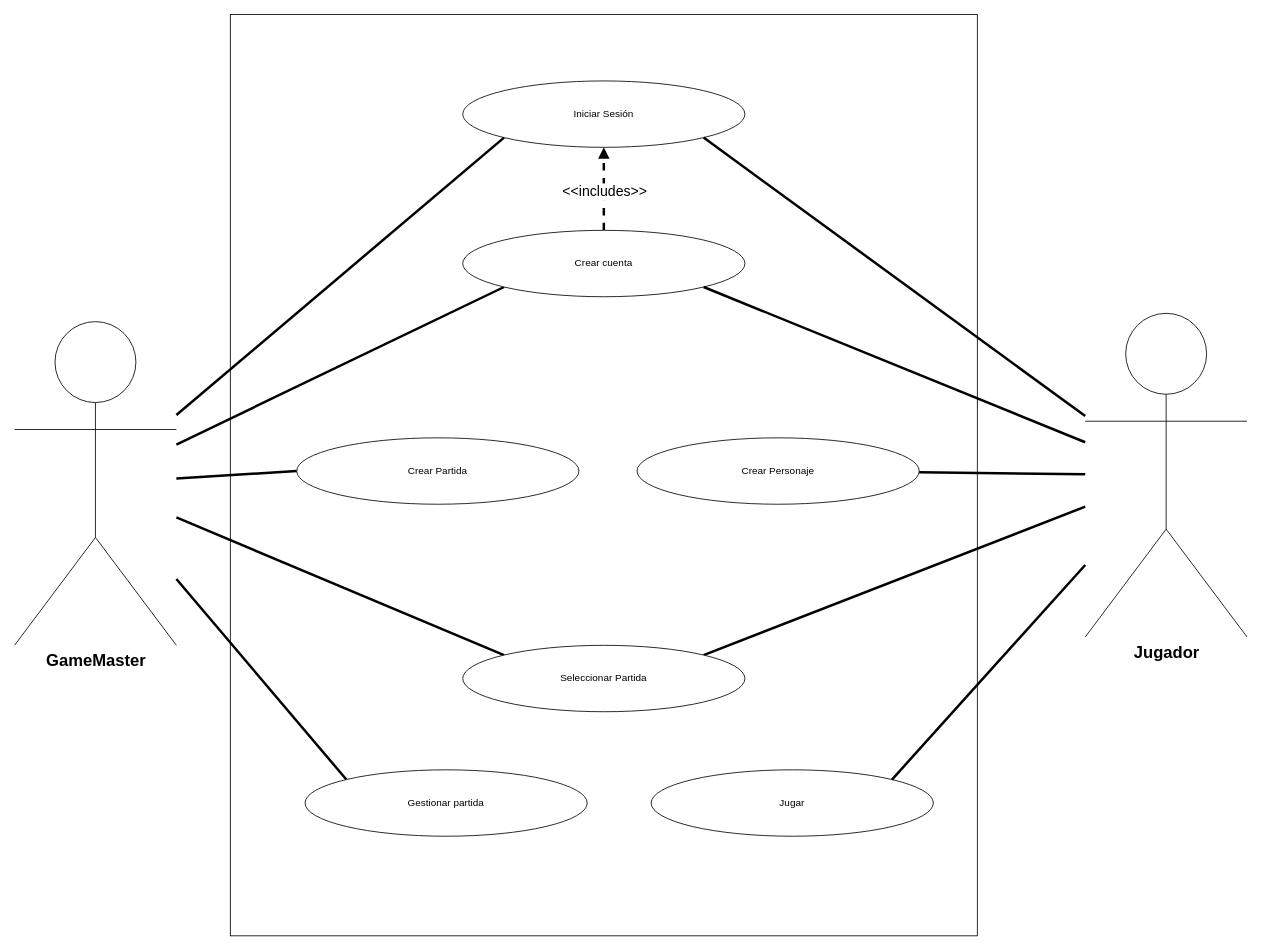
Above: diagrams/diagramaCasosUso.drawio in gonzalopozo/proyecto-integrador-1-daw-gonzalo-manuel-daniel-hector (draw.io), before the change. Source tidied: cells renumbered, new cells numbered last; positions are measured from the earlier drawing's top-left corner, leaving out a move shared by most shapes. Both pictures are drawn from the tidied source at 83%, with x=0, y=0 at pixel (14, 14).
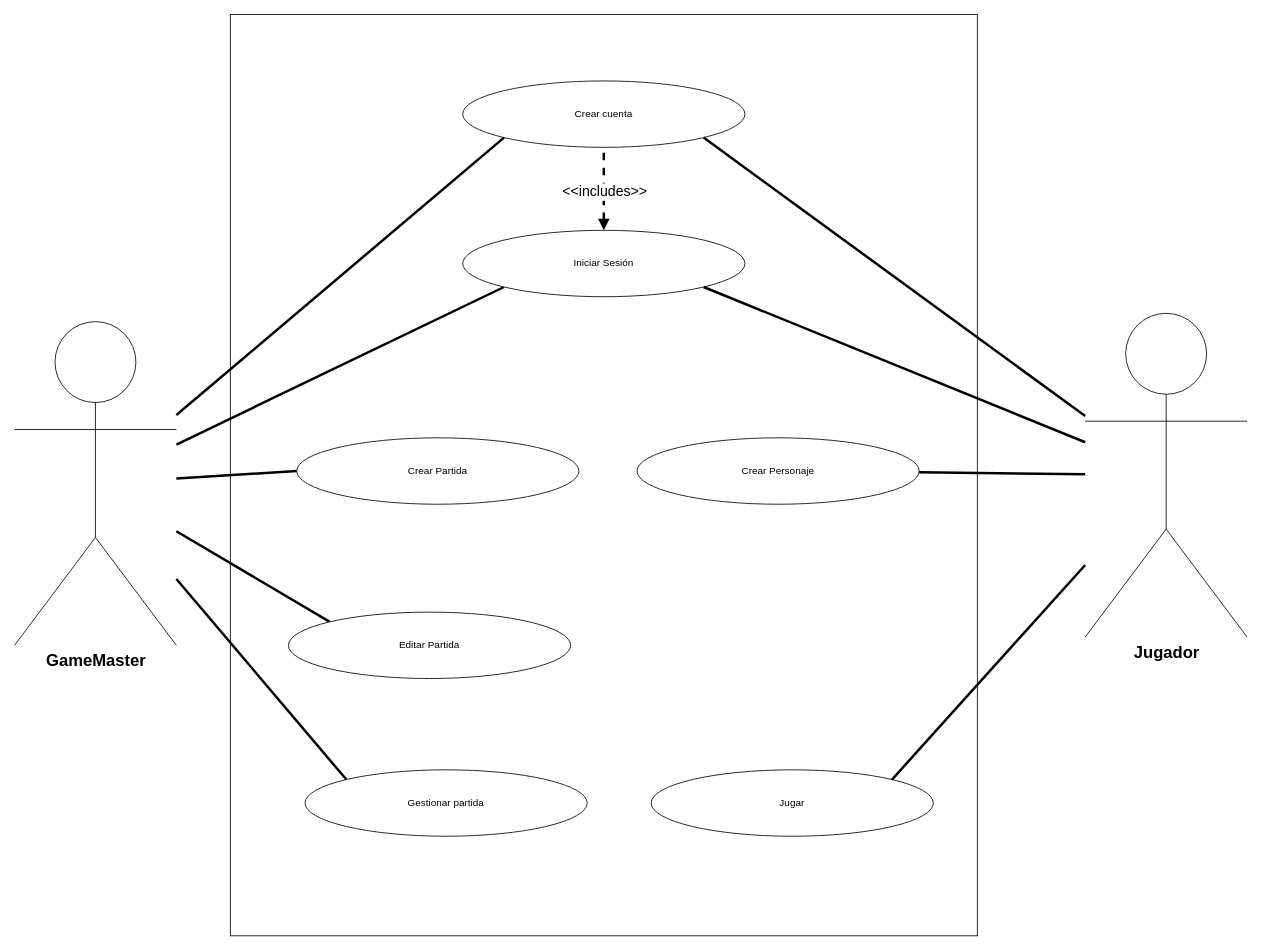
The same page after the edit.

Commit message (it also covers changes not shown here):
Versión 2.0 Memoria del Proyecto, Versión 1.0 Diagrama de Casos de Uso

Unchanged cells that the change refers to:
```xml
<mxCell id="22" value="&lt;font style=&quot;font-size: 20px;&quot;&gt;&lt;b&gt;Jugador&lt;/b&gt;&lt;/font&gt;" style="shape=umlActor;verticalLabelPosition=bottom;verticalAlign=top;html=1;outlineConnect=0;" parent="1" vertex="1">
  <mxGeometry x="1290" y="360" width="195" height="390" as="geometry" />
</mxCell>
```

Change to the diagram source:
```diff
@@
-    <mxCell id="5" value="Iniciar Sesión" style="ellipse;whiteSpace=wrap;html=1;" parent="1" vertex="1">
+    <mxCell id="5" value="Crear cuenta" style="ellipse;whiteSpace=wrap;html=1;" parent="1" vertex="1">
       <mxGeometry x="540" y="80" width="340" height="80" as="geometry" />
     </mxCell>
@@
-    <mxCell id="7" style="edgeStyle=none;shape=connector;rounded=1;html=1;entryX=0.5;entryY=1;entryDx=0;entryDy=0;labelBackgroundColor=default;strokeColor=default;strokeWidth=3;fontFamily=Helvetica;fontSize=11;fontColor=default;endArrow=block;endFill=1;dashed=1;startArrow=none;startFill=0;" parent="1" edge="1" source="9" target="5">
+    <mxCell id="7" style="edgeStyle=none;shape=connector;rounded=1;html=1;entryX=0.5;entryY=1;entryDx=0;entryDy=0;labelBackgroundColor=default;strokeColor=default;strokeWidth=3;fontFamily=Helvetica;fontSize=11;fontColor=default;endArrow=none;endFill=0;dashed=1;startArrow=block;startFill=1;" parent="1" edge="1" source="9" target="5">
       <mxGeometry relative="1" as="geometry" />
     </mxCell>
@@
-    <mxCell id="9" value="Crear cuenta" style="ellipse;whiteSpace=wrap;html=1;" parent="1" vertex="1">
+    <mxCell id="9" value="Iniciar Sesión" style="ellipse;whiteSpace=wrap;html=1;" parent="1" vertex="1">
       <mxGeometry x="540" y="260" width="340" height="80" as="geometry" />
     </mxCell>
@@
-    <mxCell id="15" style="edgeStyle=none;shape=connector;rounded=1;html=1;labelBackgroundColor=default;strokeColor=default;strokeWidth=3;fontFamily=Helvetica;fontSize=20;fontColor=default;startArrow=none;startFill=0;endArrow=none;endFill=0;exitX=1;exitY=0;exitDx=0;exitDy=0;" parent="1" edge="1" source="16" target="22">
-      <mxGeometry relative="1" as="geometry" />
-    </mxCell>
-    <mxCell id="16" value="Seleccionar Partida" style="ellipse;whiteSpace=wrap;html=1;" parent="1" vertex="1">
-      <mxGeometry x="540" y="760" width="340" height="80" as="geometry" />
+    <mxCell id="16" value="Editar Partida" style="ellipse;whiteSpace=wrap;html=1;" parent="1" vertex="1">
+      <mxGeometry x="330" y="720" width="340" height="80" as="geometry" />
     </mxCell>
```
